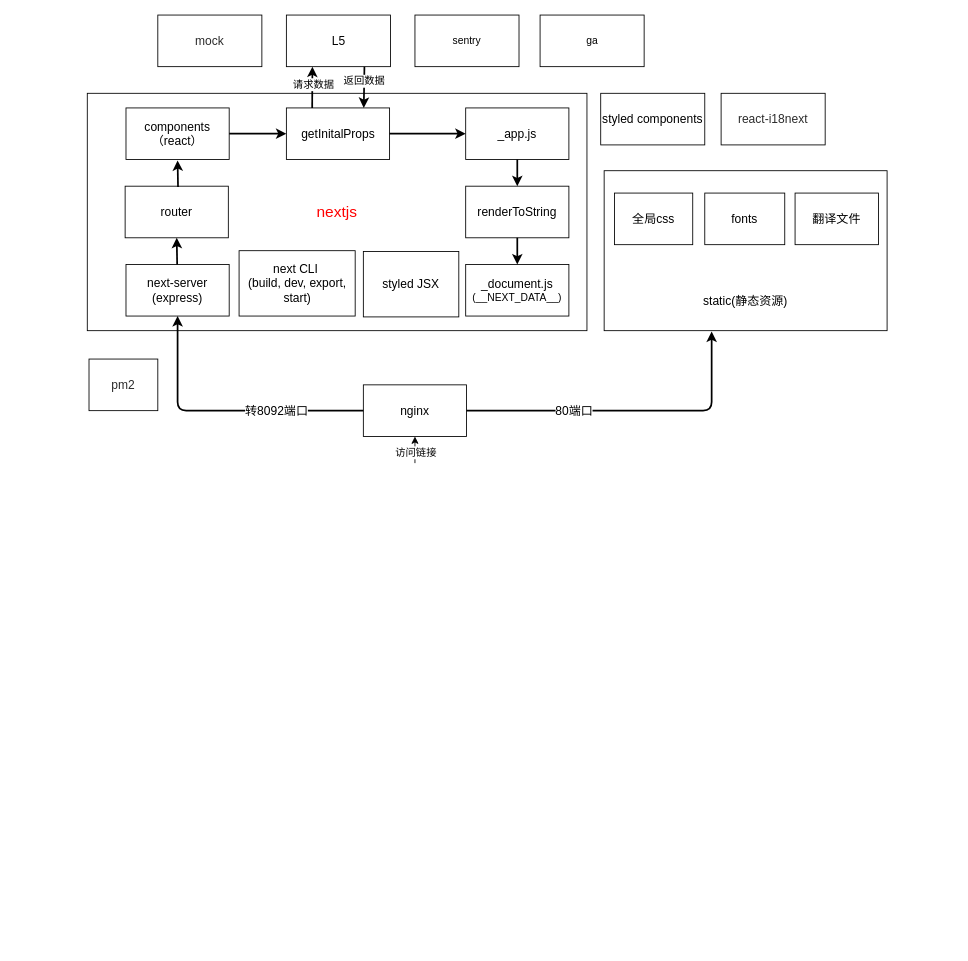
This is Untitled Diagram.drawio from huanglijiao/docs, a draw.io file, before an edit. Source tidied: cells renumbered, new cells numbered last; positions are measured from the earlier drawing's top-left corner, leaving out a move shared by most shapes. Both pictures are drawn from the tidied source at 86%, with x=0, y=0 at pixel (87, 15).
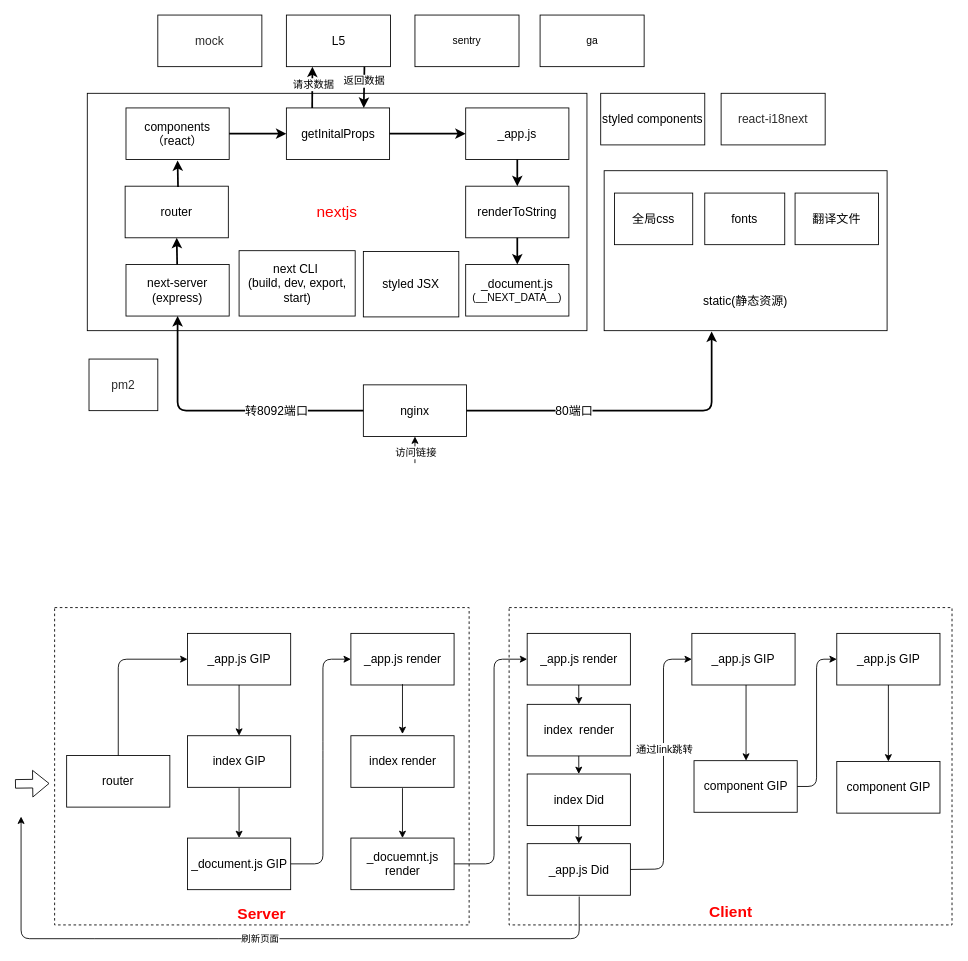
The same diagram, later.

The edit, as a diff of the source:
```diff
@@
+    <mxCell id="40" value="&lt;b&gt;&lt;font color=&quot;#ff0000&quot;&gt;&lt;br&gt;&lt;br&gt;&lt;br&gt;&lt;br&gt;&lt;br&gt;&lt;br&gt;&lt;br&gt;&lt;br&gt;&lt;br&gt;&lt;br&gt;&lt;br&gt;&lt;br&gt;&lt;br&gt;&lt;br&gt;&lt;br&gt;&lt;br&gt;&lt;br&gt;&lt;br&gt;&lt;br&gt;&lt;br&gt;&lt;br&gt;&lt;br&gt;&lt;font style=&quot;font-size: 18px&quot;&gt;&lt;br&gt;Client&lt;/font&gt;&lt;/font&gt;&lt;/b&gt;" style="rounded=0;whiteSpace=wrap;html=1;dashed=1;" parent="1" vertex="1">
+      <mxGeometry x="490.5" y="689" width="515" height="369" as="geometry" />
+    </mxCell>
+    <mxCell id="41" value="&lt;font color=&quot;#ff0000&quot; style=&quot;font-size: 18px&quot;&gt;&lt;br&gt;&lt;br&gt;&lt;br&gt;&lt;br&gt;&lt;br&gt;&lt;br&gt;&lt;br&gt;&lt;br&gt;&lt;br&gt;&lt;br&gt;&lt;br&gt;&lt;br&gt;&lt;br&gt;&lt;br&gt;&lt;br&gt;&lt;font&gt;&lt;b&gt;&lt;br&gt;Server&lt;/b&gt;&lt;/font&gt;&lt;/font&gt;" style="rounded=0;whiteSpace=wrap;html=1;dashed=1;" parent="1" vertex="1">
+      <mxGeometry x="-38" y="689" width="482" height="369" as="geometry" />
+    </mxCell>
@@
+    <mxCell id="42" style="shape=flexArrow;endArrow=classic;html=1;" parent="1" edge="1">
+      <mxGeometry relative="1" as="geometry">
+        <mxPoint x="-84" y="894" as="sourcePoint" />
+        <mxPoint x="-44" y="893.5" as="targetPoint" />
+      </mxGeometry>
+    </mxCell>
+    <mxCell id="43" value="&lt;font style=&quot;font-size: 14px&quot;&gt;router&lt;/font&gt;" style="rounded=0;whiteSpace=wrap;html=1;" parent="1" vertex="1">
+      <mxGeometry x="-24" y="861" width="120" height="60" as="geometry" />
+    </mxCell>
+    <mxCell id="44" value="&lt;span style=&quot;font-size: 14px&quot;&gt;_app.js GIP&lt;/span&gt;" style="rounded=0;whiteSpace=wrap;html=1;" parent="1" vertex="1">
+      <mxGeometry x="116.5" y="719" width="120" height="60" as="geometry" />
+    </mxCell>
+    <mxCell id="45" value="&lt;span style=&quot;font-size: 14px&quot;&gt;_document.js GIP&lt;/span&gt;" style="rounded=0;whiteSpace=wrap;html=1;" parent="1" vertex="1">
+      <mxGeometry x="116.5" y="957" width="120" height="60" as="geometry" />
+    </mxCell>
+    <mxCell id="46" value="&lt;span style=&quot;font-size: 14px&quot;&gt;index GIP&lt;/span&gt;" style="rounded=0;whiteSpace=wrap;html=1;" parent="1" vertex="1">
+      <mxGeometry x="116.5" y="838" width="120" height="60" as="geometry" />
+    </mxCell>
+    <mxCell id="47" value="&lt;span style=&quot;font-size: 14px&quot;&gt;_app.js render&lt;/span&gt;" style="rounded=0;whiteSpace=wrap;html=1;" parent="1" vertex="1">
+      <mxGeometry x="306.5" y="719" width="120" height="60" as="geometry" />
+    </mxCell>
+    <mxCell id="48" value="&lt;span style=&quot;font-size: 14px&quot;&gt;index&lt;/span&gt;&lt;span style=&quot;font-size: 14px&quot;&gt;&amp;nbsp;render&lt;/span&gt;" style="rounded=0;whiteSpace=wrap;html=1;" parent="1" vertex="1">
+      <mxGeometry x="306.5" y="838" width="120" height="60" as="geometry" />
+    </mxCell>
+    <mxCell id="49" value="&lt;span style=&quot;font-size: 14px&quot;&gt;_docuemnt.js render&lt;/span&gt;" style="rounded=0;whiteSpace=wrap;html=1;" parent="1" vertex="1">
+      <mxGeometry x="306.5" y="957" width="120" height="60" as="geometry" />
+    </mxCell>
+    <mxCell id="50" style="endArrow=classic;html=1;exitX=0.5;exitY=0;exitDx=0;exitDy=0;entryX=0;entryY=0.5;entryDx=0;entryDy=0;" parent="1" edge="1" source="43" target="44">
+      <mxGeometry relative="1" as="geometry">
+        <Array as="points">
+          <mxPoint x="36" y="749" />
+        </Array>
+      </mxGeometry>
+    </mxCell>
+    <mxCell id="51" style="endArrow=classic;html=1;entryX=0.5;entryY=0;entryDx=0;entryDy=0;exitX=0.5;exitY=1;exitDx=0;exitDy=0;" parent="1" edge="1" source="44" target="46">
+      <mxGeometry relative="1" as="geometry" />
+    </mxCell>
+    <mxCell id="52" style="endArrow=classic;html=1;entryX=0.5;entryY=0;entryDx=0;entryDy=0;exitX=0.5;exitY=1;exitDx=0;exitDy=0;" parent="1" edge="1">
+      <mxGeometry relative="1" as="geometry">
+        <mxPoint x="176.5" y="899" as="sourcePoint" />
+        <mxPoint x="176.5" y="957" as="targetPoint" />
+      </mxGeometry>
+    </mxCell>
+    <mxCell id="53" style="endArrow=classic;html=1;entryX=0;entryY=0.5;entryDx=0;entryDy=0;exitX=1;exitY=0.5;exitDx=0;exitDy=0;" parent="1" edge="1" source="45" target="47">
+      <mxGeometry relative="1" as="geometry">
+        <Array as="points">
+          <mxPoint x="274" y="987" />
+          <mxPoint x="274" y="855" />
+          <mxPoint x="274" y="749" />
+        </Array>
+      </mxGeometry>
+    </mxCell>
+    <mxCell id="54" style="endArrow=classic;html=1;entryX=0.5;entryY=0;entryDx=0;entryDy=0;exitX=0.5;exitY=1;exitDx=0;exitDy=0;" parent="1" edge="1">
+      <mxGeometry relative="1" as="geometry">
+        <mxPoint x="366.5" y="778" as="sourcePoint" />
+        <mxPoint x="366.5" y="836" as="targetPoint" />
+      </mxGeometry>
+    </mxCell>
+    <mxCell id="55" style="endArrow=classic;html=1;entryX=0.5;entryY=0;entryDx=0;entryDy=0;exitX=0.5;exitY=1;exitDx=0;exitDy=0;" parent="1" edge="1">
+      <mxGeometry relative="1" as="geometry">
+        <mxPoint x="366.5" y="899" as="sourcePoint" />
+        <mxPoint x="366.5" y="957" as="targetPoint" />
+      </mxGeometry>
+    </mxCell>
+    <mxCell id="56" value="&lt;span style=&quot;font-size: 14px&quot;&gt;_app.js render&lt;/span&gt;" style="rounded=0;whiteSpace=wrap;html=1;" parent="1" vertex="1">
+      <mxGeometry x="511.5" y="719" width="120" height="60" as="geometry" />
+    </mxCell>
+    <mxCell id="57" value="&lt;span style=&quot;font-size: 14px&quot;&gt;index&amp;nbsp;&amp;nbsp;&lt;/span&gt;&lt;span style=&quot;font-size: 14px&quot;&gt;render&lt;/span&gt;" style="rounded=0;whiteSpace=wrap;html=1;" parent="1" vertex="1">
+      <mxGeometry x="511.5" y="801.5" width="120" height="60" as="geometry" />
+    </mxCell>
+    <mxCell id="58" value="&lt;span style=&quot;font-size: 14px&quot;&gt;index Did&lt;/span&gt;" style="rounded=0;whiteSpace=wrap;html=1;" parent="1" vertex="1">
+      <mxGeometry x="511.5" y="882.5" width="120" height="60" as="geometry" />
+    </mxCell>
+    <mxCell id="59" value="&lt;span style=&quot;font-size: 14px&quot;&gt;_app.js Did&lt;/span&gt;" style="rounded=0;whiteSpace=wrap;html=1;" parent="1" vertex="1">
+      <mxGeometry x="511.5" y="963.5" width="120" height="60" as="geometry" />
+    </mxCell>
+    <mxCell id="60" style="endArrow=classic;html=1;entryX=0.5;entryY=0;entryDx=0;entryDy=0;exitX=0.5;exitY=1;exitDx=0;exitDy=0;" parent="1" edge="1" source="56" target="57">
+      <mxGeometry relative="1" as="geometry" />
+    </mxCell>
+    <mxCell id="61" style="endArrow=classic;html=1;entryX=0.5;entryY=0;entryDx=0;entryDy=0;exitX=0.5;exitY=1;exitDx=0;exitDy=0;" parent="1" edge="1" source="57" target="58">
+      <mxGeometry relative="1" as="geometry" />
+    </mxCell>
+    <mxCell id="62" style="endArrow=classic;html=1;entryX=0.5;entryY=0;entryDx=0;entryDy=0;exitX=0.5;exitY=1;exitDx=0;exitDy=0;" parent="1" edge="1" source="58" target="59">
+      <mxGeometry relative="1" as="geometry" />
+    </mxCell>
+    <mxCell id="63" style="endArrow=classic;html=1;entryX=0;entryY=0.5;entryDx=0;entryDy=0;exitX=1;exitY=0.5;exitDx=0;exitDy=0;" parent="1" edge="1" source="49" target="56">
+      <mxGeometry relative="1" as="geometry">
+        <Array as="points">
+          <mxPoint x="473" y="987" />
+          <mxPoint x="473" y="749" />
+        </Array>
+      </mxGeometry>
+    </mxCell>
+    <mxCell id="64" value="&lt;span style=&quot;font-size: 14px&quot;&gt;_app.js GIP&lt;/span&gt;" style="rounded=0;whiteSpace=wrap;html=1;" parent="1" vertex="1">
+      <mxGeometry x="703" y="719" width="120" height="60" as="geometry" />
+    </mxCell>
+    <mxCell id="65" value="&lt;span style=&quot;font-size: 14px&quot;&gt;component GIP&lt;/span&gt;" style="rounded=0;whiteSpace=wrap;html=1;" parent="1" vertex="1">
+      <mxGeometry x="705.5" y="867" width="120" height="60" as="geometry" />
+    </mxCell>
+    <mxCell id="66" value="&lt;span style=&quot;font-size: 14px&quot;&gt;_app.js GIP&lt;/span&gt;" style="rounded=0;whiteSpace=wrap;html=1;" parent="1" vertex="1">
+      <mxGeometry x="871.5" y="719" width="120" height="60" as="geometry" />
+    </mxCell>
+    <mxCell id="67" value="&lt;span style=&quot;font-size: 14px&quot;&gt;component GIP&lt;/span&gt;" style="rounded=0;whiteSpace=wrap;html=1;" parent="1" vertex="1">
+      <mxGeometry x="871.5" y="868" width="120" height="60" as="geometry" />
+    </mxCell>
+    <mxCell id="68" style="endArrow=classic;html=1;exitX=1;exitY=0.5;exitDx=0;exitDy=0;entryX=0;entryY=0.5;entryDx=0;entryDy=0;" parent="1" edge="1" source="59" target="64">
+      <mxGeometry relative="1" as="geometry">
+        <Array as="points">
+          <mxPoint x="670" y="993" />
+          <mxPoint x="670" y="749" />
+        </Array>
+      </mxGeometry>
+    </mxCell>
+    <mxCell id="69" value="通过link跳转" style="text;html=1;align=center;verticalAlign=middle;labelBackgroundColor=#ffffff;" parent="68" vertex="1">
+      <mxGeometry x="0.13" relative="1" as="geometry" />
+    </mxCell>
+    <mxCell id="70" style="endArrow=classic;html=1;" parent="1" edge="1">
+      <mxGeometry relative="1" as="geometry">
+        <mxPoint x="766" y="779" as="sourcePoint" />
+        <mxPoint x="766" y="867" as="targetPoint" />
+      </mxGeometry>
+    </mxCell>
+    <mxCell id="71" style="endArrow=classic;html=1;entryX=0.5;entryY=0;entryDx=0;entryDy=0;exitX=0.5;exitY=1;exitDx=0;exitDy=0;" parent="1" edge="1" source="66" target="67">
+      <mxGeometry relative="1" as="geometry" />
+    </mxCell>
+    <mxCell id="72" style="endArrow=classic;html=1;entryX=0;entryY=0.5;entryDx=0;entryDy=0;exitX=1;exitY=0.5;exitDx=0;exitDy=0;" parent="1" edge="1" source="65" target="66">
+      <mxGeometry relative="1" as="geometry">
+        <Array as="points">
+          <mxPoint x="848" y="897" />
+          <mxPoint x="848" y="749" />
+        </Array>
+      </mxGeometry>
+    </mxCell>
+    <mxCell id="73" value="刷新页面" style="endArrow=classic;html=1;" parent="1" edge="1">
+      <mxGeometry relative="1" as="geometry">
+        <mxPoint x="572" y="1025" as="sourcePoint" />
+        <mxPoint x="-77" y="932" as="targetPoint" />
+        <Array as="points">
+          <mxPoint x="572" y="1074" />
+          <mxPoint x="163" y="1074" />
+          <mxPoint x="-2" y="1074" />
+          <mxPoint x="-77" y="1074" />
+        </Array>
+      </mxGeometry>
+    </mxCell>
```
